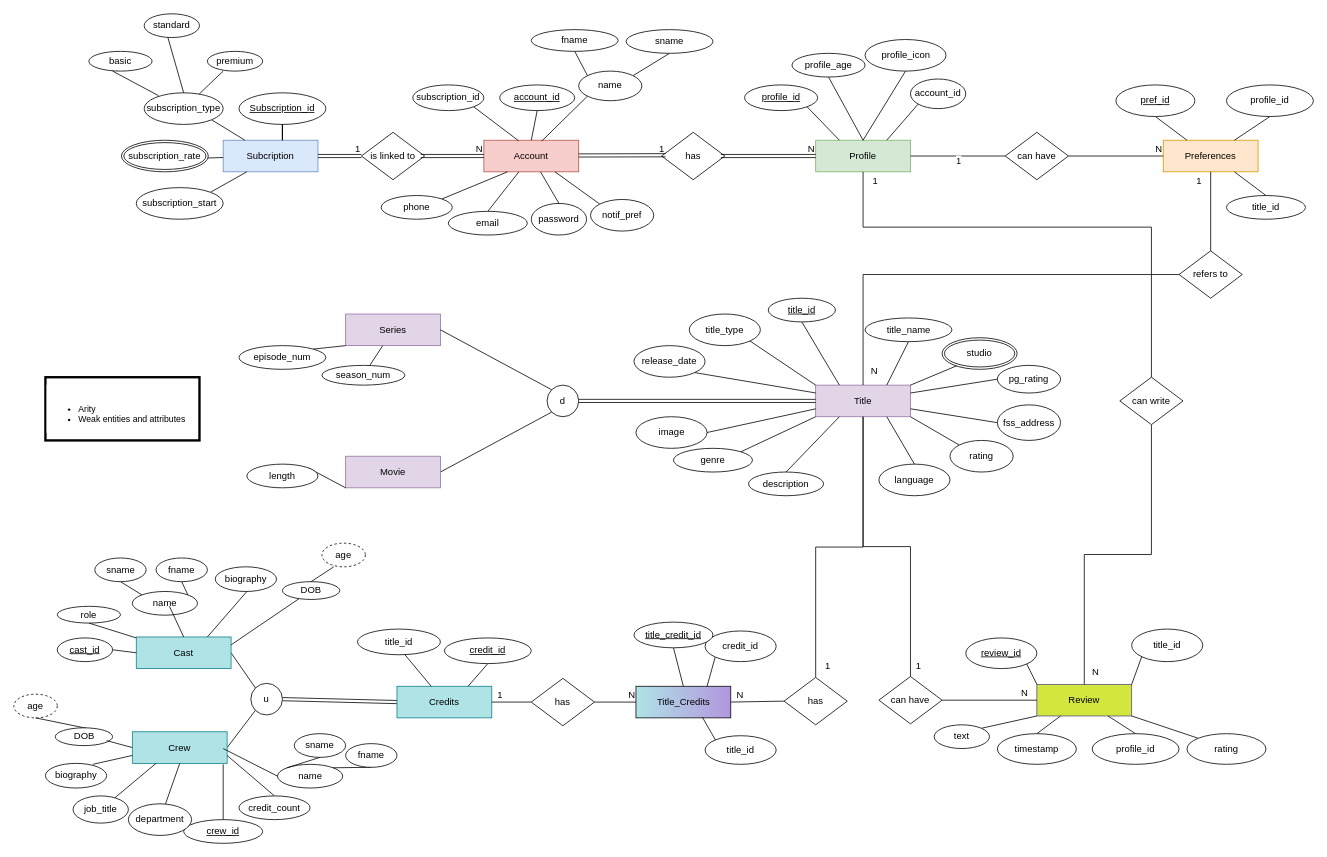
DJRamsay/COS221-Hoop keeps this draw.io diagram as (E)ER/EER.drawio. Above is the earlier version. Source tidied: cells renumbered, new cells numbered last; positions are measured from the earlier drawing's top-left corner, leaving out a move shared by most shapes. Both pictures are drawn from the tidied source at 79%, with x=0, y=0 at pixel (13, 13).
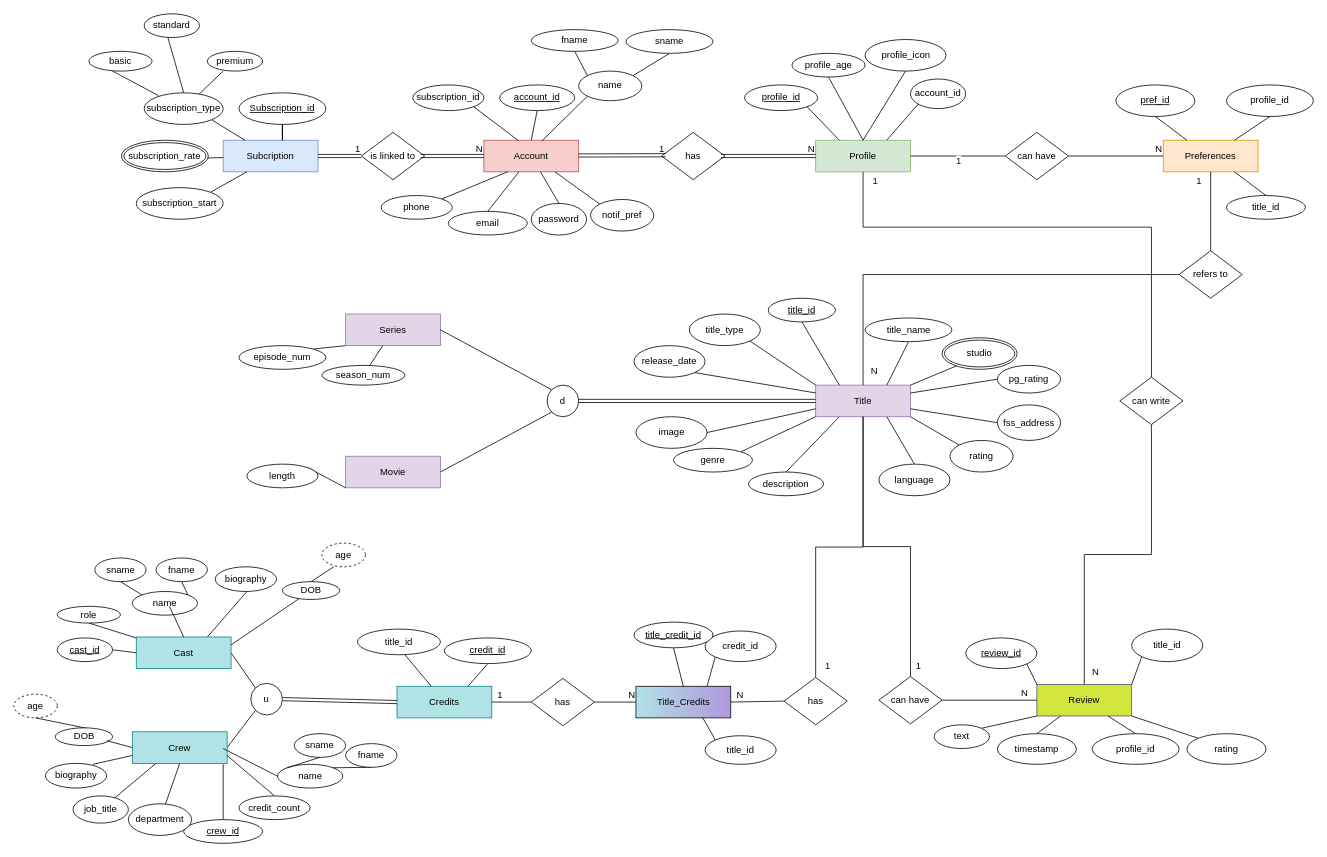
Above is the later version.

What changed in the source:
```diff
@@
-    <mxCell id="102" value="&lt;div&gt;&lt;br&gt;&lt;/div&gt;&lt;ul&gt;&lt;li&gt;Arity&lt;/li&gt;&lt;li&gt;Weak entities and attributes&lt;/li&gt;&lt;/ul&gt;" style="whiteSpace=wrap;html=1;fontFamily=Helvetica;fontSize=11;fontColor=default;labelBackgroundColor=default;align=left;strokeWidth=3;" parent="1" vertex="1">
-      <mxGeometry x="40" y="460" width="195" height="80" as="geometry" />
-    </mxCell>
```
